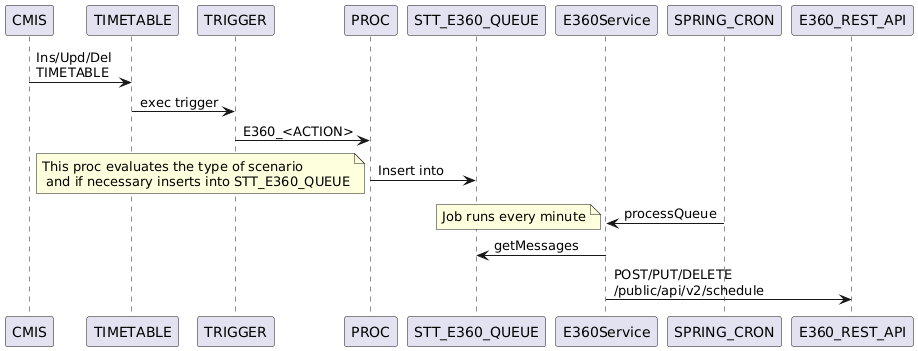
Before: img/seq.png, a diagram exported from PlantUML (ororker/cmis-e360). The source it was exported from:
```plantuml
@startuml
CMIS -> TIMETABLE: Ins/Upd/Del \nTIMETABLE
TIMETABLE -> TRIGGER: exec trigger
TRIGGER -> PROC: E360_<ACTION>
PROC -> STT_E360_QUEUE: Insert into
note left: This proc evaluates the type of scenario\n and if necessary inserts into STT_E360_QUEUE

E360Service<-SPRING_CRON  : processQueue
note left: Job runs every minute
E360Service -> STT_E360_QUEUE: getMessages
E360Service -> E360_REST_API: POST/PUT/DELETE \n/public/api/v2/schedule
@enduml
```
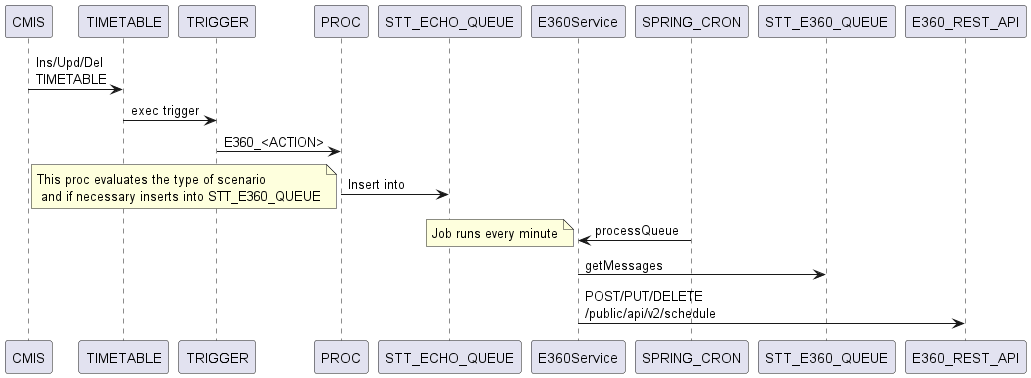
After the commit.

The edit, as a diff of the source:
```diff
@@ -2,7 +2,7 @@
 CMIS -> TIMETABLE: Ins/Upd/Del \nTIMETABLE
 TIMETABLE -> TRIGGER: exec trigger
 TRIGGER -> PROC: E360_<ACTION>
-PROC -> STT_E360_QUEUE: Insert into
+PROC -> STT_ECHO_QUEUE: Insert into
 note left: This proc evaluates the type of scenario\n and if necessary inserts into STT_E360_QUEUE
 
 E360Service<-SPRING_CRON  : processQueue
```
